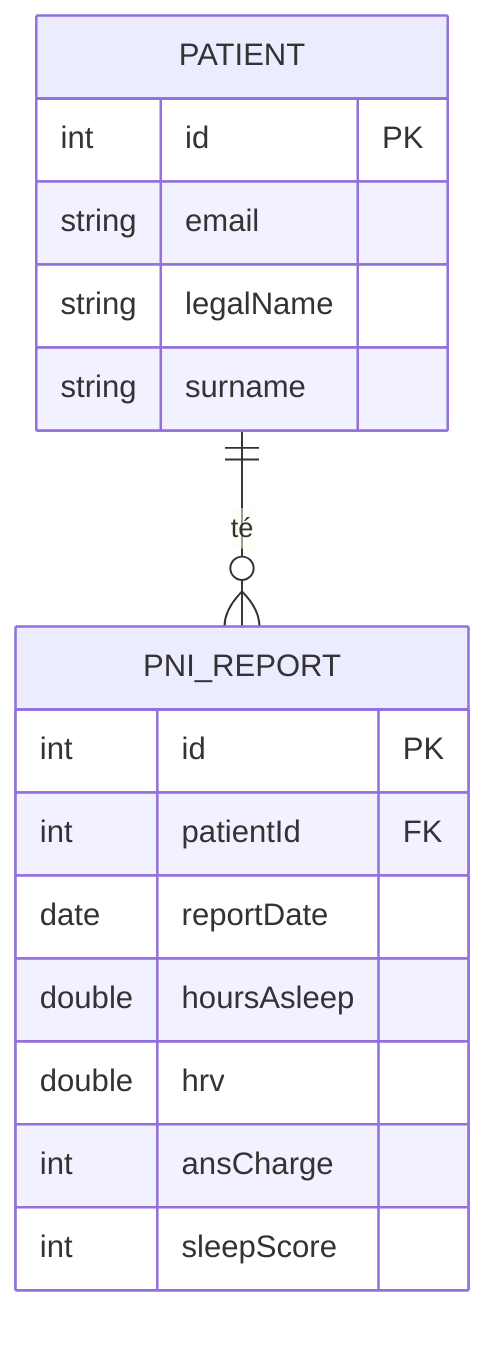
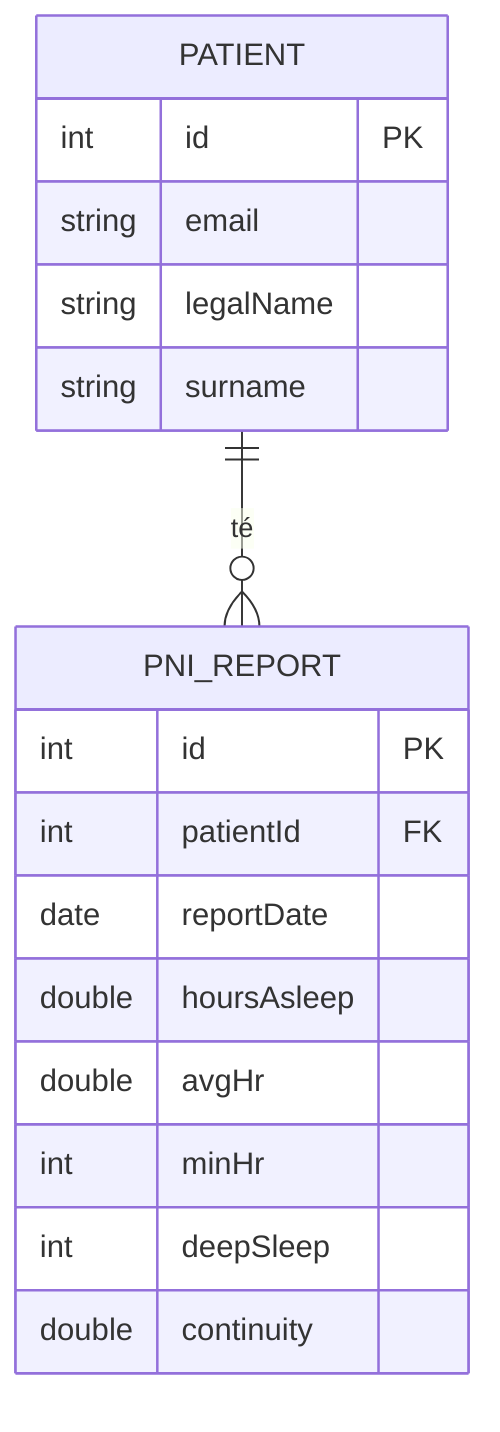
erDiagram

  PNI_REPORT {
    int id PK
    int patientId FK
    date reportDate
    double hoursAsleep
-     double hrv
-     int ansCharge
-     int sleepScore
+     double avgHr
+     int minHr
+     int deepSleep
+     double continuity
  }

  PATIENT {
    int id PK
    string email
    string legalName
    string surname
  }

  PATIENT ||--o{ PNI_REPORT : "té"
